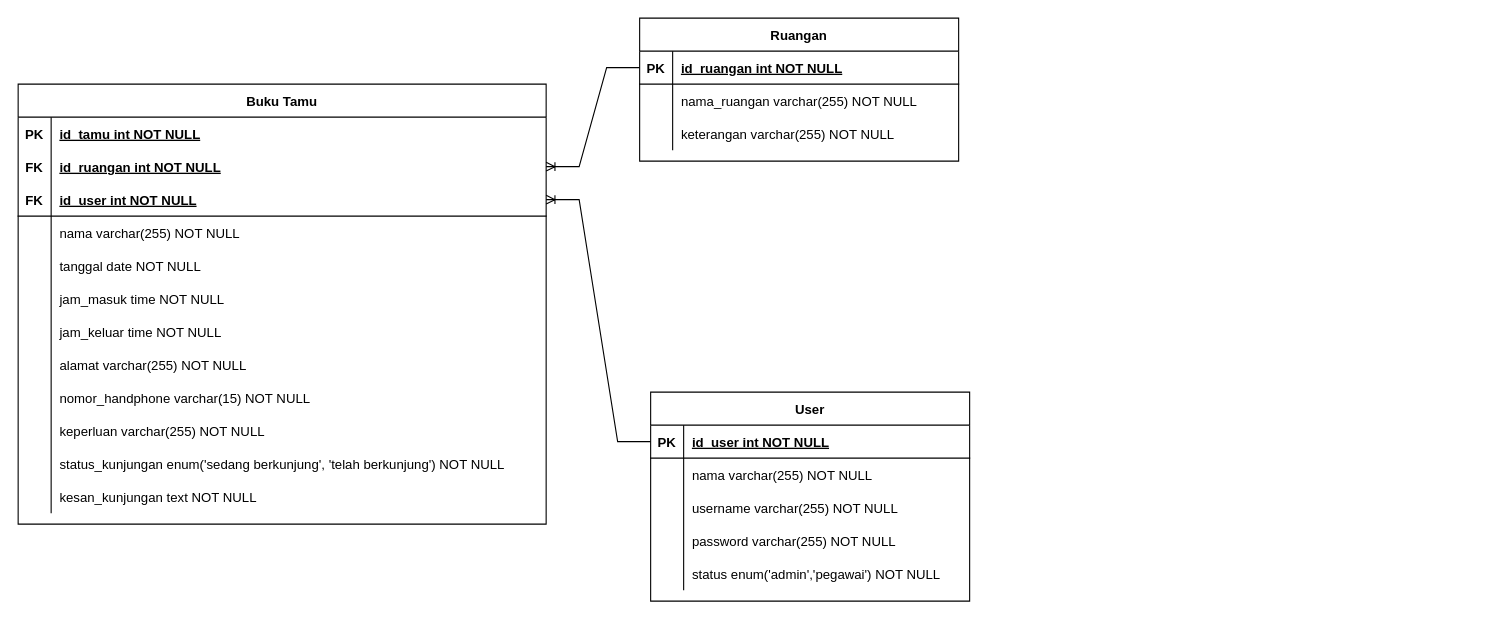
The draw.io diagram database/Database Schema.drawio in yafizh/Buku-Tamu, before the edit. Source tidied: cells renumbered, new cells numbered last; positions are measured from the earlier drawing's top-left corner, leaving out a move shared by most shapes. Both pictures are drawn from the tidied source at 110%, with x=0, y=0 at pixel (18, 18).
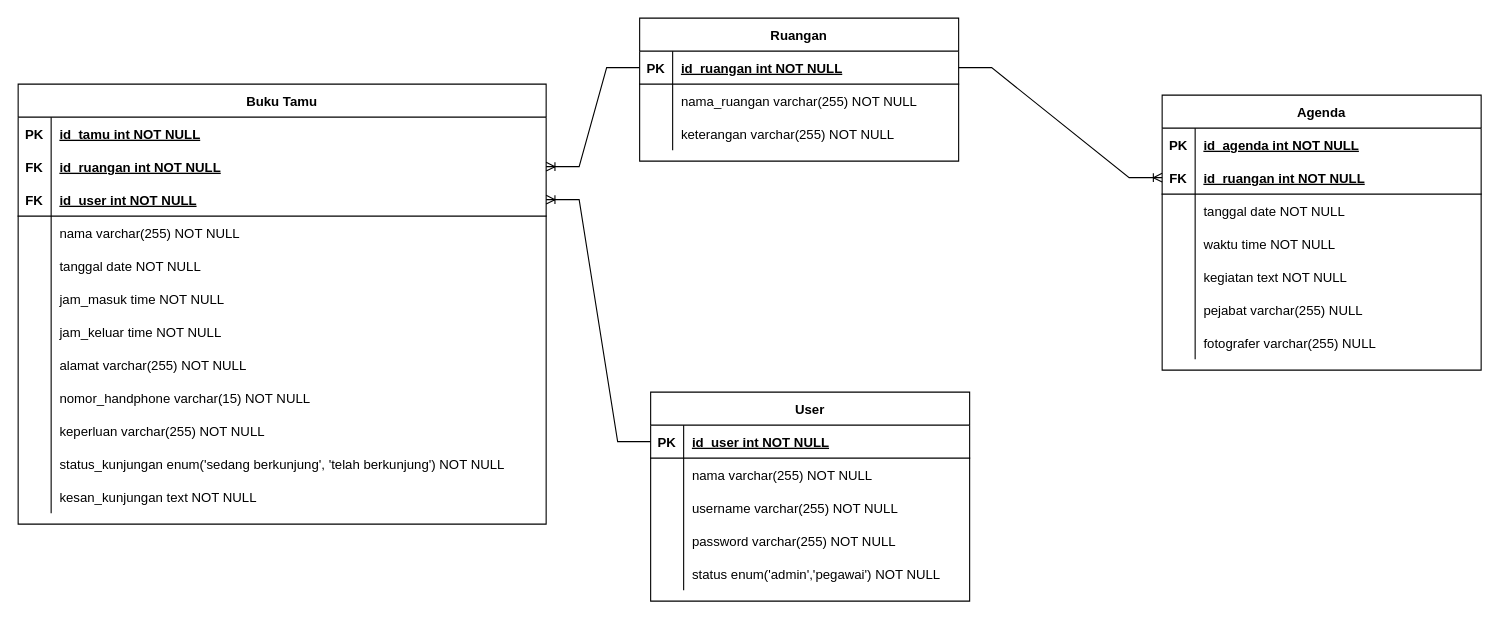
Above is the later version.

The change refers to these unchanged cells:
```xml
<mxCell id="57" style="shape=partialRectangle;fillColor=none;points=[[0,0.5],[1,0.5]];portConstraint=eastwest;top=0;left=0;right=0;bottom=1;" parent="56" vertex="1">
  <mxGeometry y="30" width="290" height="30" as="geometry" />
</mxCell>
```

The edit, as a diff of the source:
```diff
@@
+    <mxCell id="67" value="Agenda" style="shape=table;startSize=30;childLayout=tableLayout;rowLines=0;fontStyle=1;align=center;" parent="1" vertex="1">
+      <mxGeometry x="1040" y="70" width="290" height="250" as="geometry" />
+    </mxCell>
+    <mxCell id="68" style="shape=partialRectangle;fillColor=none;top=0;left=0;right=0;bottom=1;strokeColor=none;" parent="67" vertex="1">
+      <mxGeometry y="30" width="290" height="30" as="geometry" />
+    </mxCell>
+    <mxCell id="69" value="PK" style="shape=partialRectangle;overflow=hidden;fillColor=none;top=0;left=0;bottom=0;right=0;fontStyle=1;" parent="68" vertex="1">
+      <mxGeometry width="30" height="30" as="geometry" />
+    </mxCell>
+    <mxCell id="70" value="id_agenda int NOT NULL " style="shape=partialRectangle;overflow=hidden;fillColor=none;top=0;left=0;bottom=0;right=0;align=left;spacingLeft=6;fontStyle=5;" parent="68" vertex="1">
+      <mxGeometry x="30" width="260" height="30" as="geometry" />
+    </mxCell>
+    <mxCell id="71" style="shape=partialRectangle;fillColor=none;points=[[0,0.5],[1,0.5]];portConstraint=eastwest;top=0;left=0;right=0;bottom=1;" parent="67" vertex="1">
+      <mxGeometry y="60" width="290" height="30" as="geometry" />
+    </mxCell>
+    <mxCell id="72" value="FK" style="shape=partialRectangle;overflow=hidden;fillColor=none;top=0;left=0;bottom=0;right=0;fontStyle=1;" parent="71" vertex="1">
+      <mxGeometry width="30" height="30" as="geometry" />
+    </mxCell>
+    <mxCell id="73" value="id_ruangan int NOT NULL " style="shape=partialRectangle;overflow=hidden;fillColor=none;top=0;left=0;bottom=0;right=0;align=left;spacingLeft=6;fontStyle=5;" parent="71" vertex="1">
+      <mxGeometry x="30" width="260" height="30" as="geometry" />
+    </mxCell>
+    <mxCell id="74" style="shape=partialRectangle;fillColor=none;top=0;left=0;right=0;bottom=0;" parent="67" vertex="1">
+      <mxGeometry y="90" width="290" height="30" as="geometry" />
+    </mxCell>
+    <mxCell id="75" style="shape=partialRectangle;overflow=hidden;fillColor=none;top=0;left=0;bottom=0;right=0;" parent="74" vertex="1">
+      <mxGeometry width="30" height="30" as="geometry" />
+    </mxCell>
+    <mxCell id="76" value="tanggal date NOT NULL" style="shape=partialRectangle;overflow=hidden;fillColor=none;top=0;left=0;bottom=0;right=0;align=left;spacingLeft=6;" parent="74" vertex="1">
+      <mxGeometry x="30" width="260" height="30" as="geometry" />
+    </mxCell>
+    <mxCell id="77" style="shape=partialRectangle;fillColor=none;top=0;left=0;right=0;bottom=0;" parent="67" vertex="1">
+      <mxGeometry y="120" width="290" height="30" as="geometry" />
+    </mxCell>
+    <mxCell id="78" style="shape=partialRectangle;overflow=hidden;fillColor=none;top=0;left=0;bottom=0;right=0;" parent="77" vertex="1">
+      <mxGeometry width="30" height="30" as="geometry" />
+    </mxCell>
+    <mxCell id="79" value="waktu time NOT NULL" style="shape=partialRectangle;overflow=hidden;fillColor=none;top=0;left=0;bottom=0;right=0;align=left;spacingLeft=6;" parent="77" vertex="1">
+      <mxGeometry x="30" width="260" height="30" as="geometry" />
+    </mxCell>
+    <mxCell id="80" style="shape=partialRectangle;fillColor=none;top=0;left=0;right=0;bottom=0;" parent="67" vertex="1">
+      <mxGeometry y="150" width="290" height="30" as="geometry" />
+    </mxCell>
+    <mxCell id="81" style="shape=partialRectangle;overflow=hidden;fillColor=none;top=0;left=0;bottom=0;right=0;" parent="80" vertex="1">
+      <mxGeometry width="30" height="30" as="geometry" />
+    </mxCell>
+    <mxCell id="82" value="kegiatan text NOT NULL" style="shape=partialRectangle;overflow=hidden;fillColor=none;top=0;left=0;bottom=0;right=0;align=left;spacingLeft=6;" parent="80" vertex="1">
+      <mxGeometry x="30" width="260" height="30" as="geometry" />
+    </mxCell>
+    <mxCell id="83" style="shape=partialRectangle;fillColor=none;top=0;left=0;right=0;bottom=0;" parent="67" vertex="1">
+      <mxGeometry y="180" width="290" height="30" as="geometry" />
+    </mxCell>
+    <mxCell id="84" style="shape=partialRectangle;overflow=hidden;fillColor=none;top=0;left=0;bottom=0;right=0;" parent="83" vertex="1">
+      <mxGeometry width="30" height="30" as="geometry" />
+    </mxCell>
+    <mxCell id="85" value="pejabat varchar(255) NULL" style="shape=partialRectangle;overflow=hidden;fillColor=none;top=0;left=0;bottom=0;right=0;align=left;spacingLeft=6;" parent="83" vertex="1">
+      <mxGeometry x="30" width="260" height="30" as="geometry" />
+    </mxCell>
+    <mxCell id="86" style="shape=partialRectangle;fillColor=none;top=0;left=0;right=0;bottom=0;" parent="67" vertex="1">
+      <mxGeometry y="210" width="290" height="30" as="geometry" />
+    </mxCell>
+    <mxCell id="87" style="shape=partialRectangle;overflow=hidden;fillColor=none;top=0;left=0;bottom=0;right=0;" parent="86" vertex="1">
+      <mxGeometry width="30" height="30" as="geometry" />
+    </mxCell>
+    <mxCell id="88" value="fotografer varchar(255) NULL" style="shape=partialRectangle;overflow=hidden;fillColor=none;top=0;left=0;bottom=0;right=0;align=left;spacingLeft=6;" parent="86" vertex="1">
+      <mxGeometry x="30" width="260" height="30" as="geometry" />
+    </mxCell>
+    <mxCell id="89" style="edgeStyle=entityRelationEdgeStyle;fontSize=12;html=1;endArrow=ERoneToMany;rounded=0;exitX=1;exitY=0.5;exitDx=0;exitDy=0;entryX=0;entryY=0.5;entryDx=0;entryDy=0;" parent="1" edge="1" source="57" target="71">
+      <mxGeometry relative="1" as="geometry" />
+    </mxCell>
```
